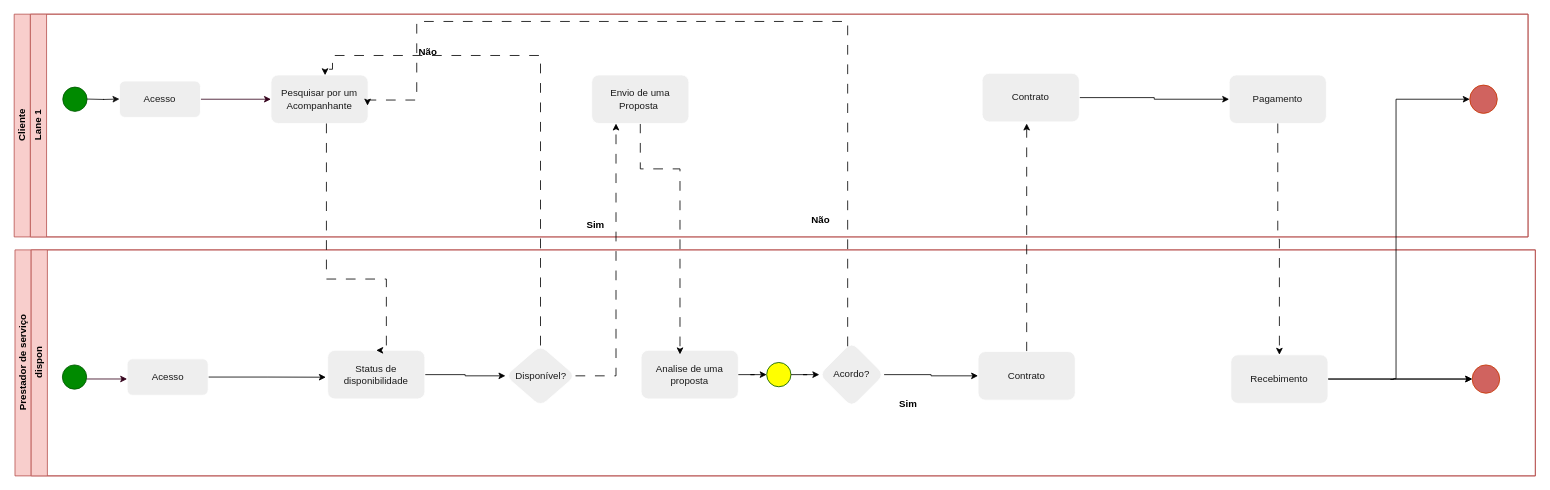
Before: Diagrama sem nome.drawio in ThePlano/Projeto-CC5511---ENGENHARIA-DE-SOFTWARE, a draw.io diagram. Source tidied: cells renumbered, new cells numbered last; positions are measured from the earlier drawing's top-left corner, leaving out a move shared by most shapes. Both pictures are drawn from the tidied source at 81%, with x=0, y=0 at pixel (14, 14).
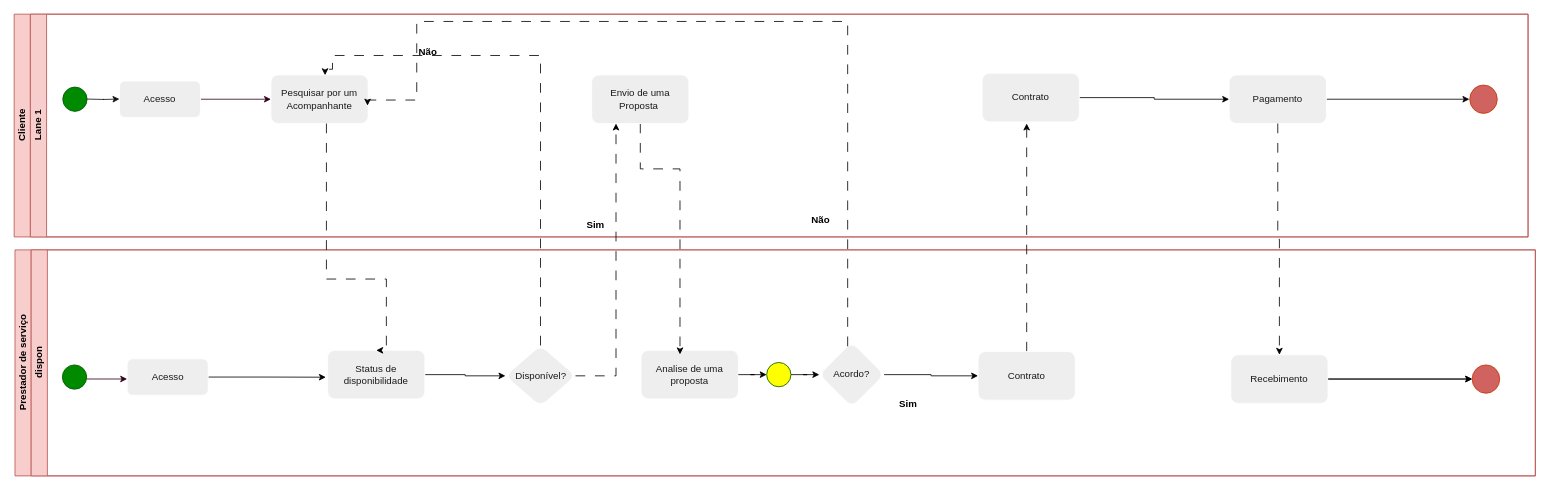
Above is the later version.

The change refers to these unchanged cells:
```xml
<mxCell id="25" value="Lane 1" style="swimlane;html=1;startSize=20;horizontal=0;labelBackgroundColor=none;fillColor=#f8cecc;strokeColor=#b85450;" parent="24" vertex="1">
  <mxGeometry x="20" width="1849" height="275" as="geometry" />
</mxCell>
<mxCell id="35" style="ellipse;whiteSpace=wrap;html=1;fillColor=#d0635f;strokeColor=#C73500;fontColor=#000000;rounded=1;labelBackgroundColor=none;" parent="25" vertex="1">
  <mxGeometry x="1777" y="87.5" width="34" height="35" as="geometry" />
</mxCell>
<mxCell id="38" value="Pagamento" style="whiteSpace=wrap;html=1;fillColor=#EEEEEE;strokeColor=#FFFFFF;fontColor=#1A1A1A;rounded=1;labelBackgroundColor=none;" parent="25" vertex="1">
  <mxGeometry x="1480" y="75" width="120" height="60" as="geometry" />
</mxCell>
```

Change to the diagram source:
```diff
@@
-    <mxCell id="34" style="edgeStyle=orthogonalEdgeStyle;rounded=0;jettySize=auto;html=1;" parent="25" edge="1" target="35">
-      <mxGeometry relative="1" as="geometry">
-        <mxPoint x="1679" y="451" as="sourcePoint" />
-        <Array as="points">
-          <mxPoint x="1683" y="450" />
-          <mxPoint x="1686" y="450" />
-          <mxPoint x="1686" y="105" />
-        </Array>
-      </mxGeometry>
-    </mxCell>
@@
+    <mxCell id="46" style="edgeStyle=orthogonalEdgeStyle;rounded=0;jettySize=auto;html=1;" parent="25" edge="1" source="38">
+      <mxGeometry relative="1" as="geometry">
+        <mxPoint x="1776.6" y="105" as="targetPoint" />
+      </mxGeometry>
+    </mxCell>
```
